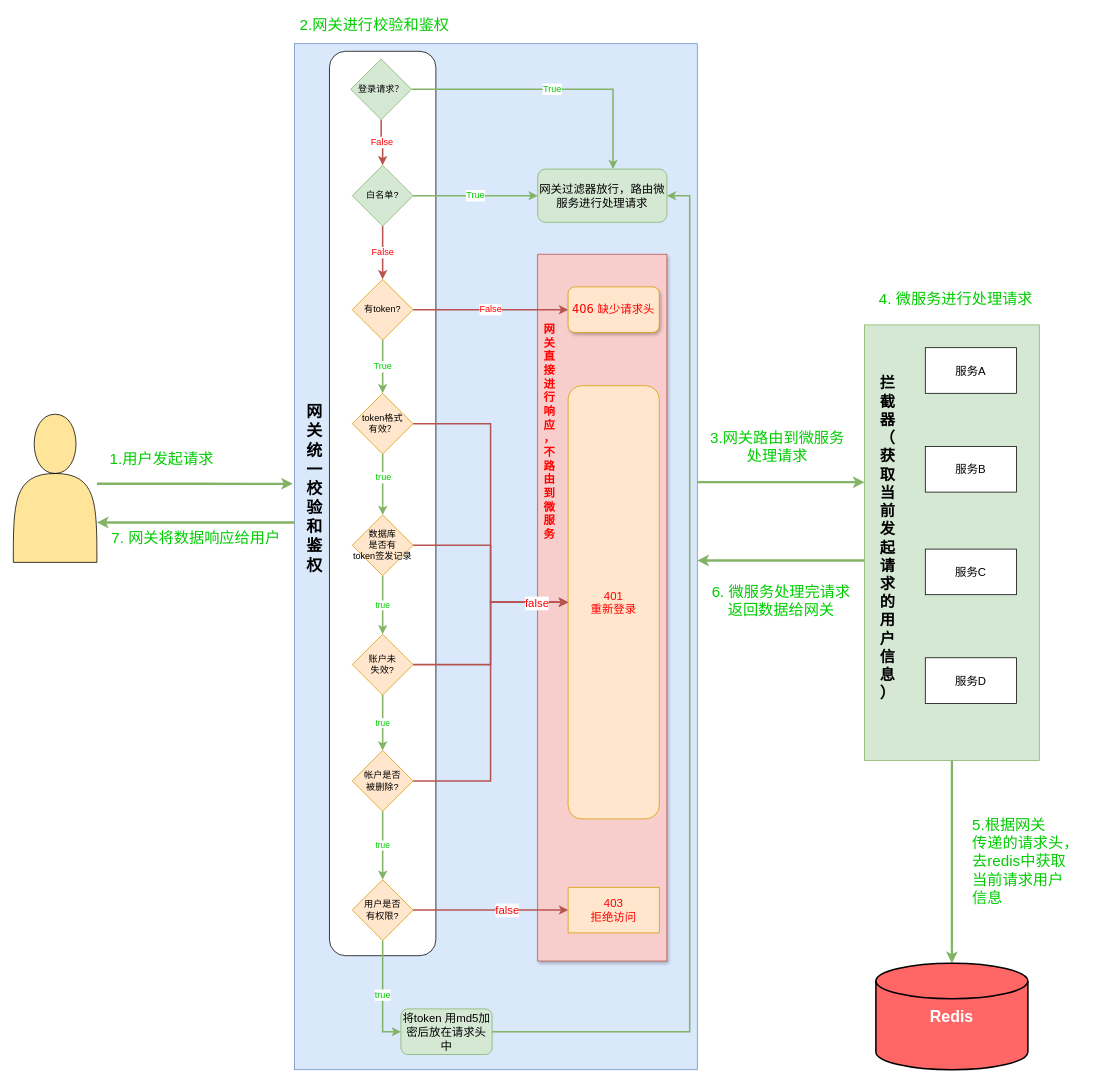
Before: drawio/处理用户请求流程.drawio in GitHubFeiLong/goudong-java, a draw.io diagram. Source tidied: cells renumbered, new cells numbered last; positions are measured from the earlier drawing's top-left corner, leaving out a move shared by most shapes. Both pictures are drawn from the tidied source at 76%, with x=0, y=0 at pixel (13, 13).
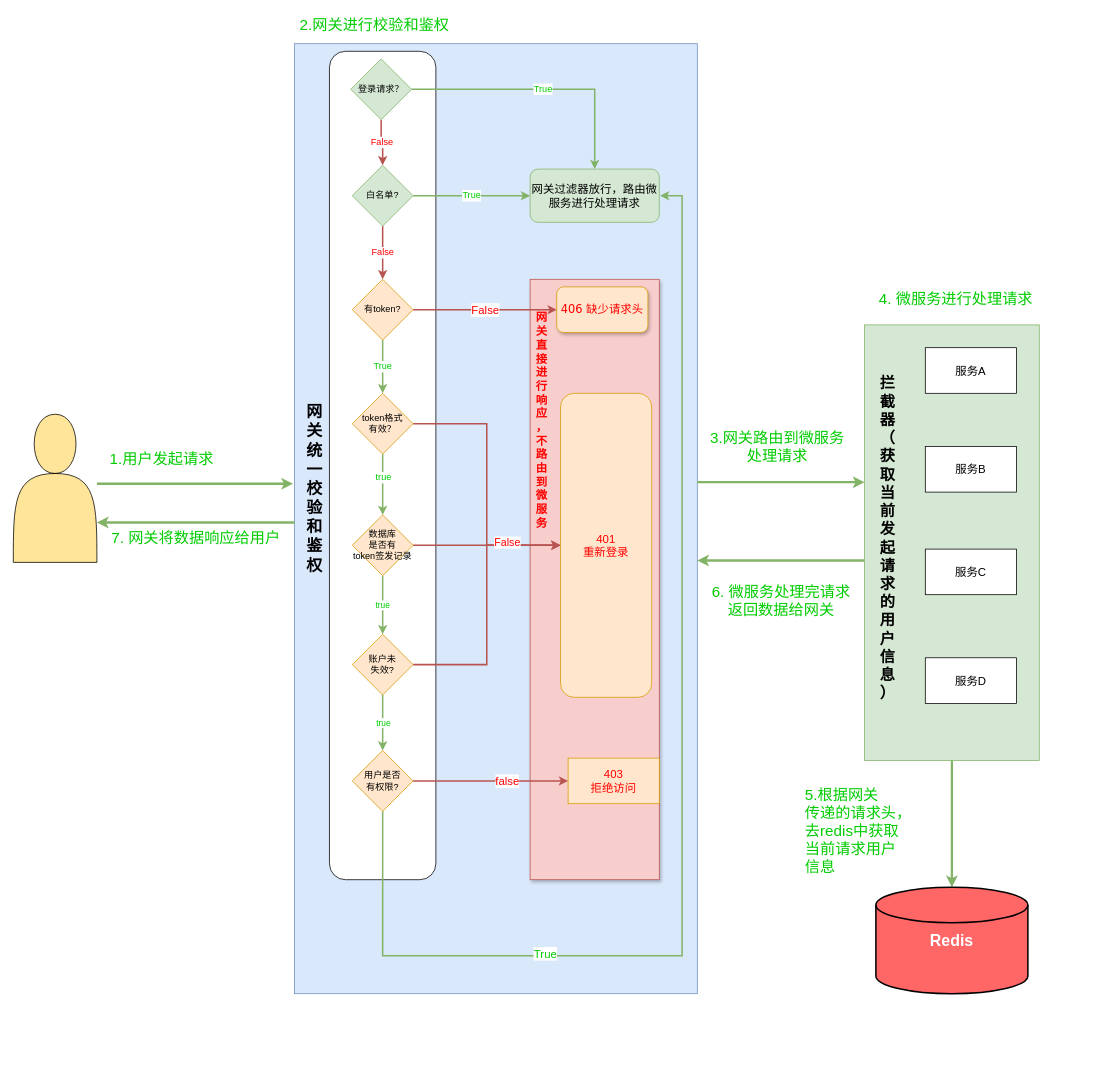
The same page after the edit.

Commit message (it also covers changes not shown here):
修改用户处理请求流程图，swagger 配置所有接口组

Unchanged cells that the change refers to:
```xml
<mxCell id="16" value="有token?" style="rhombus;whiteSpace=wrap;html=1;fillColor=#ffe6cc;strokeColor=#d79b00;" parent="1" vertex="1">
  <mxGeometry x="446" y="350" width="80" height="80" as="geometry" />
</mxCell>
<mxCell id="19" value="登录请求？" style="rhombus;whiteSpace=wrap;html=1;fillColor=#d5e8d4;strokeColor=#82b366;" parent="1" vertex="1">
  <mxGeometry x="444" y="60" width="80" height="80" as="geometry" />
</mxCell>
<mxCell id="26" value="账户未&lt;br&gt;失效?" style="rhombus;whiteSpace=wrap;html=1;fillColor=#ffe6cc;strokeColor=#d79b00;" parent="1" vertex="1">
  <mxGeometry x="446" y="817" width="80" height="80" as="geometry" />
</mxCell>
<mxCell id="44" style="shape=actor;whiteSpace=wrap;html=1;fillColor=#FFE599;fontSize=15;fontColor=#000000;" parent="1" vertex="1">
  <mxGeometry y="527.5" width="110" height="195" as="geometry" />
</mxCell>
```

Diff of the diagram source:
```diff
@@
     <mxCell id="2" style="rounded=0;whiteSpace=wrap;html=1;fillColor=#dae8fc;fontSize=15;strokeColor=#6c8ebf;" parent="1" vertex="1">
-      <mxGeometry x="370" y="40" width="530" height="1350" as="geometry" />
+      <mxGeometry x="370" y="40" width="530" height="1250" as="geometry" />
     </mxCell>
     <mxCell id="3" style="rounded=0;whiteSpace=wrap;html=1;labelBackgroundColor=none;fillColor=#f8cecc;fontSize=12;align=left;shadow=1;strokeColor=#b85450;" parent="1" vertex="1">
-      <mxGeometry x="690" y="317" width="170" height="930" as="geometry" />
+      <mxGeometry x="680" y="350" width="170" height="790" as="geometry" />
     </mxCell>
@@
     <mxCell id="9" style="rounded=1;whiteSpace=wrap;html=1;" parent="1" vertex="1">
-      <mxGeometry x="416" y="50" width="140" height="1190" as="geometry" />
+      <mxGeometry x="416" y="50" width="140" height="1090" as="geometry" />
     </mxCell>
@@
-    <mxCell id="15" value="False" style="edgeStyle=orthogonalEdgeStyle;rounded=0;jettySize=auto;html=1;strokeColor=#b85450;fontSize=12;fontColor=#FF0000;strokeWidth=2;fillColor=#f8cecc;" parent="1" edge="1" source="16" target="58">
+    <mxCell id="15" value="False" style="edgeStyle=orthogonalEdgeStyle;rounded=0;jettySize=auto;html=1;strokeColor=#b85450;fontSize=15;fontColor=#FF0000;strokeWidth=2;fillColor=#f8cecc;" parent="1" edge="1" source="16" target="58">
       <mxGeometry relative="1" as="geometry" />
     </mxCell>
@@
-    <mxCell id="18" value="True" style="edgeStyle=orthogonalEdgeStyle;rounded=0;jettySize=auto;html=1;entryX=0.583;entryY=0;entryDx=0;entryDy=0;entryPerimeter=0;strokeColor=#82b366;fontSize=12;fontColor=#00CC00;fillColor=#d5e8d4;strokeWidth=2;" parent="1" edge="1" source="19" target="53">
+    <mxCell id="18" value="True" style="edgeStyle=orthogonalEdgeStyle;rounded=0;jettySize=auto;html=1;entryX=0.5;entryY=0;entryDx=0;entryDy=0;strokeColor=#82b366;fontSize=12;fontColor=#00CC00;fillColor=#d5e8d4;strokeWidth=2;" parent="1" edge="1" source="19" target="53">
       <mxGeometry relative="1" as="geometry" />
     </mxCell>
@@
-    <mxCell id="24" value="true" style="edgeStyle=orthogonalEdgeStyle;rounded=0;jettySize=auto;html=1;strokeColor=#82b366;fontColor=#00CC00;strokeWidth=2;fillColor=#d5e8d4;" parent="1" edge="1" source="26" target="30">
-      <mxGeometry relative="1" as="geometry" />
+    <mxCell id="24" value="true" style="edgeStyle=orthogonalEdgeStyle;rounded=0;jettySize=auto;html=1;strokeColor=#82b366;fontColor=#00CC00;strokeWidth=2;fillColor=#d5e8d4;" parent="1" edge="1" source="26">
+      <mxGeometry relative="1" as="geometry">
+        <mxPoint x="486" y="970" as="targetPoint" />
+      </mxGeometry>
     </mxCell>
@@
-    <mxCell id="27" value="true" style="edgeStyle=orthogonalEdgeStyle;rounded=0;jettySize=auto;html=1;strokeColor=#82b366;fontColor=#00CC00;strokeWidth=2;fillColor=#d5e8d4;entryX=0.5;entryY=0;entryDx=0;entryDy=0;" parent="1" edge="1" source="30" target="37">
-      <mxGeometry relative="1" as="geometry" />
-    </mxCell>
-    <mxCell id="28" style="edgeStyle=orthogonalEdgeStyle;rounded=0;jettySize=auto;html=1;strokeColor=#b85450;fontStyle=1;fillColor=#f8cecc;strokeWidth=2;" parent="1" edge="1" source="30" target="31">
-      <mxGeometry relative="1" as="geometry" />
-    </mxCell>
-    <mxCell id="29" value="&lt;font color=&quot;#ff0000&quot;&gt;false&lt;/font&gt;" style="text;html=1;align=center;verticalAlign=middle;labelBackgroundColor=#ffffff;fontSize=15;fontColor=#000000;" parent="28" vertex="1">
-      <mxGeometry x="0.84" y="-2" relative="1" as="geometry">
-        <mxPoint x="-6.7" y="-2" as="offset" />
-      </mxGeometry>
-    </mxCell>
-    <mxCell id="30" value="帐户是否&lt;br&gt;被删除?" style="rhombus;whiteSpace=wrap;html=1;fillColor=#ffe6cc;strokeColor=#d79b00;" parent="1" vertex="1">
-      <mxGeometry x="446" y="970" width="80" height="80" as="geometry" />
-    </mxCell>
     <mxCell id="31" value="&lt;font style=&quot;font-size: 15px&quot; color=&quot;#ff0000&quot;&gt;401&lt;br&gt;重新登录&lt;/font&gt;" style="rounded=1;whiteSpace=wrap;html=1;fillColor=#ffe6cc;strokeColor=#d79b00;" parent="1" vertex="1">
-      <mxGeometry x="730" y="490" width="120" height="570" as="geometry" />
+      <mxGeometry x="720" y="500" width="120" height="400" as="geometry" />
     </mxCell>
-    <mxCell id="32" style="edgeStyle=orthogonalEdgeStyle;rounded=0;jettySize=auto;html=1;strokeColor=#82b366;strokeWidth=2;fontSize=12;fontColor=#FF0000;fillColor=#d5e8d4;" parent="1" edge="1" source="33" target="53">
-      <mxGeometry relative="1" as="geometry">
-        <Array as="points">
-          <mxPoint x="890" y="1340" />
-          <mxPoint x="890" y="240" />
-        </Array>
-      </mxGeometry>
-    </mxCell>
-    <mxCell id="33" value="&lt;font style=&quot;font-size: 15px&quot;&gt;将token 用md5加密后放在请求头中&lt;/font&gt;" style="rounded=1;whiteSpace=wrap;html=1;fillColor=#d5e8d4;strokeColor=#82b366;" parent="1" vertex="1">
-      <mxGeometry x="510" y="1310" width="120" height="60" as="geometry" />
-    </mxCell>
@@
-    <mxCell id="36" value="true" style="edgeStyle=orthogonalEdgeStyle;rounded=0;jettySize=auto;html=1;entryX=0;entryY=0.5;entryDx=0;entryDy=0;strokeColor=#82b366;fontSize=12;fontColor=#00CC00;strokeWidth=2;fillColor=#d5e8d4;" parent="1" edge="1" source="37" target="33">
-      <mxGeometry relative="1" as="geometry" />
-    </mxCell>
+    <mxCell id="61" style="edgeStyle=orthogonalEdgeStyle;rounded=0;jettySize=auto;html=1;strokeWidth=2;fillColor=#d5e8d4;strokeColor=#82b366;" parent="1" edge="1" source="37">
+      <mxGeometry relative="1" as="geometry">
+        <mxPoint x="851" y="240" as="targetPoint" />
+        <Array as="points">
+          <mxPoint x="486" y="1240" />
+          <mxPoint x="880" y="1240" />
+          <mxPoint x="880" y="240" />
+        </Array>
+      </mxGeometry>
+    </mxCell>
+    <mxCell id="62" value="&lt;font style=&quot;font-size: 15px&quot; color=&quot;#00cc00&quot;&gt;True&lt;/font&gt;" style="text;html=1;align=center;verticalAlign=middle;labelBackgroundColor=#ffffff;" parent="61" vertex="1">
+      <mxGeometry x="-0.5" y="4" relative="1" as="geometry" />
+    </mxCell>
     <mxCell id="37" value="用户是否&lt;br&gt;有权限?" style="rhombus;whiteSpace=wrap;html=1;fillColor=#ffe6cc;strokeColor=#d79b00;" parent="1" vertex="1">
-      <mxGeometry x="446" y="1140" width="80" height="80" as="geometry" />
+      <mxGeometry x="446" y="970" width="80" height="80" as="geometry" />
     </mxCell>
     <mxCell id="38" value="&lt;font color=&quot;#ff0000&quot; style=&quot;font-size: 15px&quot;&gt;403&lt;br&gt;拒绝访问&lt;/font&gt;" style="rounded=0;whiteSpace=wrap;html=1;fillColor=#ffe6cc;strokeColor=#d79b00;" parent="1" vertex="1">
-      <mxGeometry x="730" y="1150" width="120" height="60" as="geometry" />
+      <mxGeometry x="730" y="980" width="120" height="60" as="geometry" />
     </mxCell>
@@
-    <mxCell id="43" style="edgeStyle=orthogonalEdgeStyle;rounded=0;jettySize=auto;html=1;strokeColor=#82b366;fontSize=12;fontColor=#FF0000;entryX=-0.004;entryY=0.429;entryDx=0;entryDy=0;entryPerimeter=0;strokeWidth=3;fillColor=#d5e8d4;" parent="1" edge="1" source="44" target="2">
+    <mxCell id="43" style="edgeStyle=orthogonalEdgeStyle;rounded=0;jettySize=auto;html=1;strokeColor=#82b366;fontSize=12;fontColor=#FF0000;strokeWidth=3;fillColor=#d5e8d4;" parent="1" edge="1" source="44">
       <mxGeometry relative="1" as="geometry">
+        <mxPoint x="368" y="619" as="targetPoint" />
         <Array as="points">
           <mxPoint x="230" y="619" />
           <mxPoint x="230" y="619" />
         </Array>
       </mxGeometry>
     </mxCell>
@@
     <mxCell id="50" value="&lt;font style=&quot;font-size: 21px&quot; color=&quot;#ffffff&quot;&gt;Redis&lt;/font&gt;" style="strokeWidth=2;html=1;shape=mxgraph.flowchart.database;whiteSpace=wrap;fillColor=#FF6666;fontSize=15;fontColor=#000000;fontStyle=1;" parent="1" vertex="1">
-      <mxGeometry x="1135" y="1250" width="200" height="140" as="geometry" />
+      <mxGeometry x="1135" y="1150" width="200" height="140" as="geometry" />
     </mxCell>
     <mxCell id="51" value="&lt;font style=&quot;font-size: 20px&quot; color=&quot;#00cc00&quot;&gt;5.根据网关&lt;br&gt;传递的请求头，&lt;br&gt;去redis中获取&lt;br&gt;当前请求用户&lt;br&gt;信息&lt;/font&gt;" style="text;html=1;align=left;verticalAlign=middle;fontSize=15;fontColor=#000000;" parent="1" vertex="1">
-      <mxGeometry x="1260" y="1060" width="160" height="110" as="geometry" />
+      <mxGeometry x="1040" y="1020" width="160" height="110" as="geometry" />
     </mxCell>
@@
     <mxCell id="53" value="&lt;span style=&quot;font-size: 15px&quot;&gt;网关过滤器放行，路由微服务进行处理请求&lt;/span&gt;" style="rounded=1;whiteSpace=wrap;html=1;fillColor=#d5e8d4;fontSize=12;align=center;strokeColor=#82b366;" parent="1" vertex="1">
-      <mxGeometry x="690" y="205" width="170" height="70" as="geometry" />
+      <mxGeometry x="680" y="205" width="170" height="70" as="geometry" />
     </mxCell>
@@
     <mxCell id="58" value="&lt;pre style=&quot;font-size: 15px&quot;&gt;&lt;font face=&quot;Verdana&quot; color=&quot;#ff0000&quot;&gt;&lt;font style=&quot;font-size: 15px&quot;&gt;406 &lt;/font&gt;缺少请求头&lt;/font&gt;&lt;/pre&gt;" style="rounded=1;whiteSpace=wrap;html=1;fillColor=#ffe6cc;fontSize=12;align=center;labelBackgroundColor=none;strokeColor=#d79b00;shadow=1;" parent="1" vertex="1">
-      <mxGeometry x="730" y="360" width="120" height="60" as="geometry" />
+      <mxGeometry x="715" y="360" width="120" height="60" as="geometry" />
     </mxCell>
@@
     <mxCell id="60" value="&lt;font style=&quot;font-size: 15px&quot;&gt;&lt;b&gt;网&lt;br&gt;关&lt;br&gt;直&lt;br&gt;接&lt;br&gt;进&lt;br&gt;行&lt;br&gt;响&lt;br&gt;应&lt;br&gt;，&lt;br&gt;不&lt;br&gt;路&lt;br&gt;由&lt;br&gt;到&lt;br&gt;微&lt;br&gt;服&lt;br&gt;务&lt;/b&gt;&lt;/font&gt;" style="text;html=1;align=center;verticalAlign=middle;fontSize=12;fontColor=#FF0000;" parent="1" vertex="1">
-      <mxGeometry x="690" y="425" width="30" height="250" as="geometry" />
+      <mxGeometry x="680" y="410" width="30" height="250" as="geometry" />
     </mxCell>
+    <mxCell id="63" value="&lt;font style=&quot;font-size: 14px ; background-color: rgb(255 , 255 , 255)&quot; color=&quot;#ff0000&quot;&gt;False&lt;/font&gt;" style="text;html=1;align=center;verticalAlign=middle;" parent="1" vertex="1">
+      <mxGeometry x="625" y="686.5" width="50" height="20" as="geometry" />
+    </mxCell>
```
